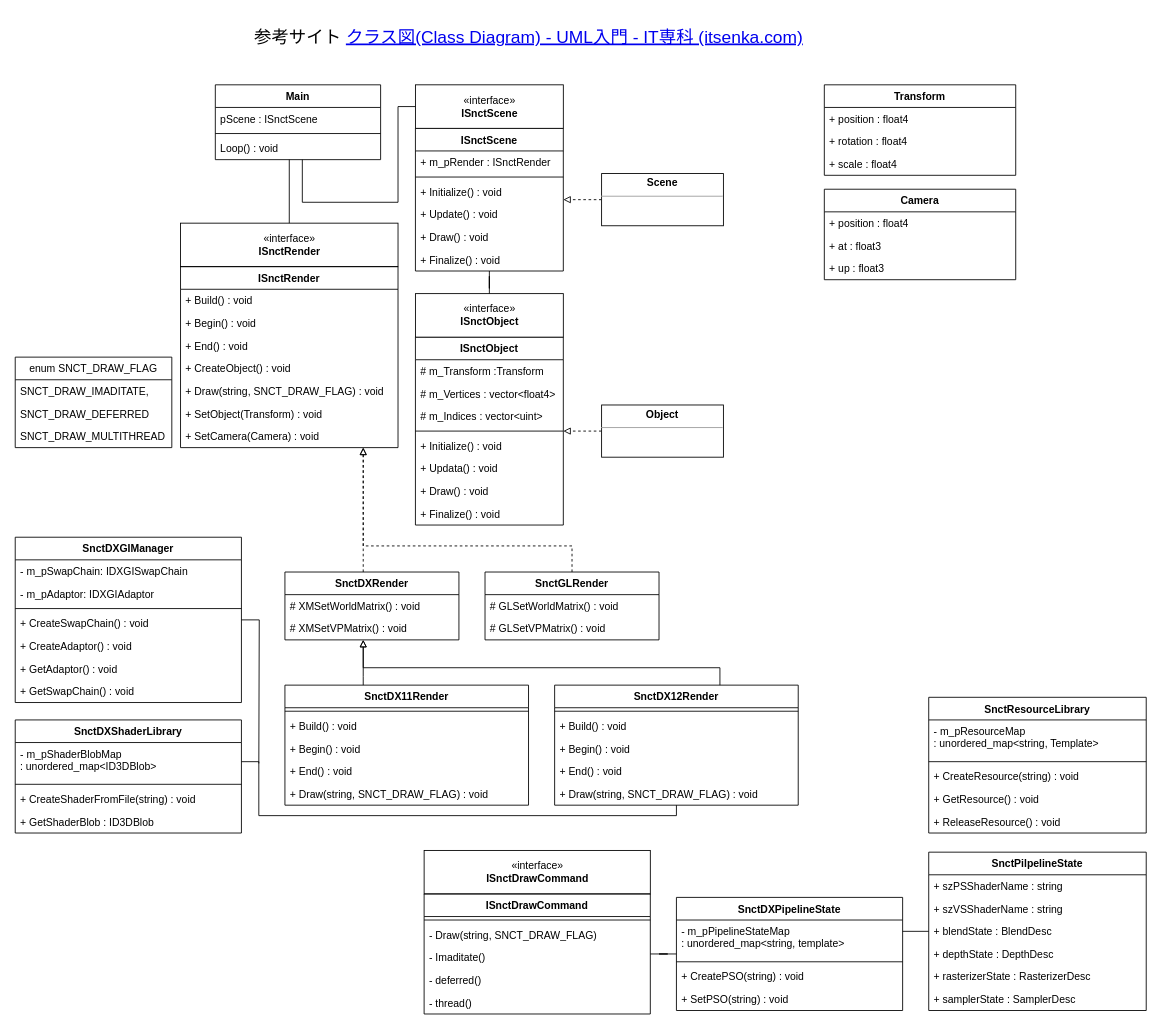
Gucci8312/AbtractionLayer keeps this draw.io diagram as Untitled Diagram.drawio. Above is the earlier version. Source tidied: cells renumbered, new cells numbered last; positions are measured from the earlier drawing's top-left corner, leaving out a move shared by most shapes. Both pictures are drawn from the tidied source at 87%, with x=0, y=0 at pixel (15, 23).
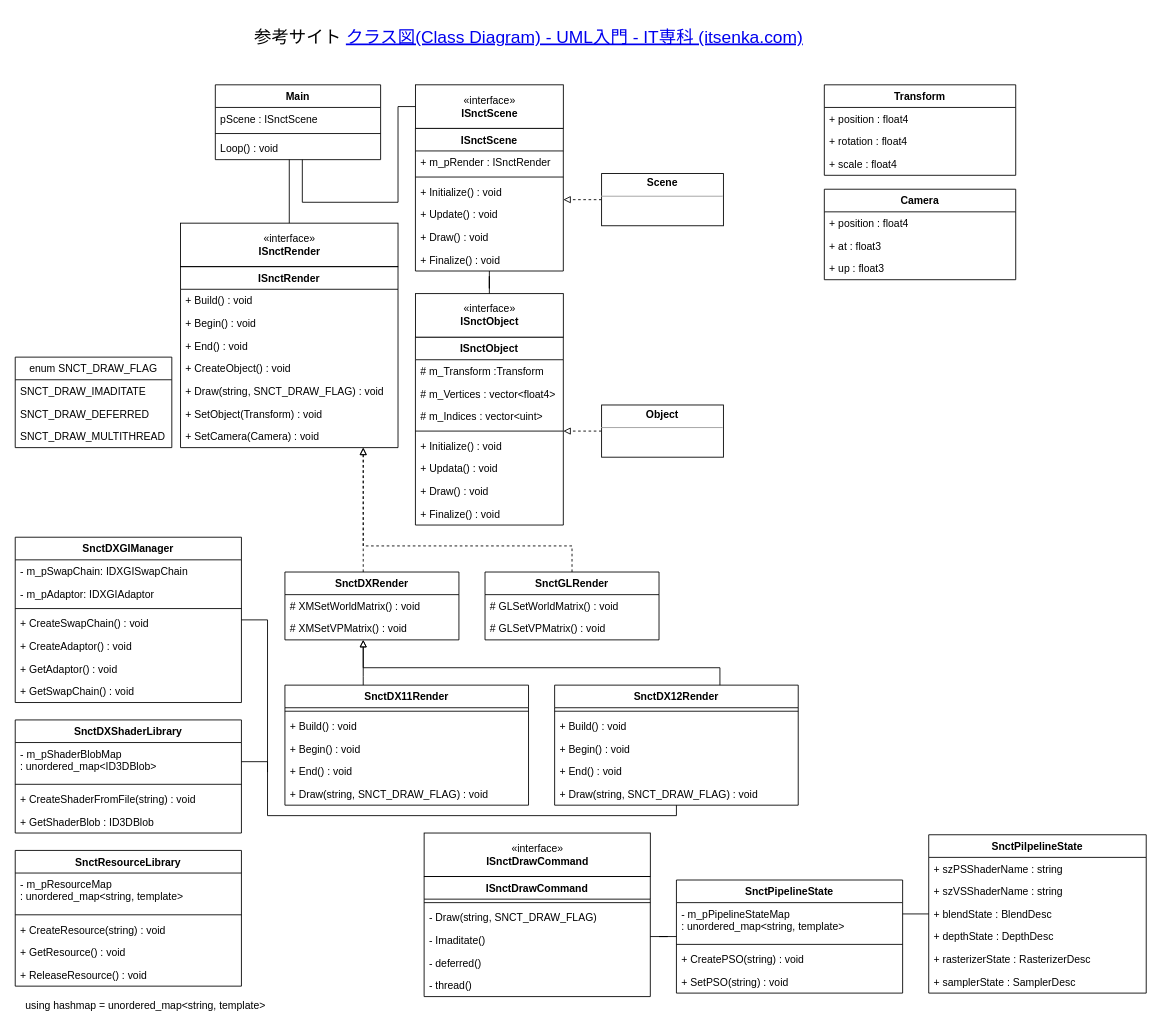
The same diagram, later.

The change refers to these unchanged cells:
```xml
<mxCell id="63" value="SnctDXGIManager" style="swimlane;fontStyle=1;align=center;verticalAlign=top;horizontal=1;startSize=26;fontSize=12;fillColor=none;" parent="1" vertex="1">
  <mxGeometry y="590" width="260" height="190" as="geometry" />
</mxCell>
<mxCell id="79" value="SnctDX12Render" style="swimlane;fontStyle=1;align=center;verticalAlign=top;horizontal=1;startSize=26;fontSize=12;fillColor=none;" parent="1" vertex="1">
  <mxGeometry x="620" y="760" width="280" height="138" as="geometry" />
</mxCell>
<mxCell id="91" value="- m_pShaderBlobMap&#10;: unordered_map&lt;ID3DBlob&gt;" style="text;strokeColor=none;fillColor=none;align=left;verticalAlign=top;spacingLeft=4;spacingRight=4;overflow=hidden;points=[[0,0.5],[1,0.5]];portConstraint=eastwest;fontSize=12;" parent="90" vertex="1">
  <mxGeometry y="26" width="260" height="44" as="geometry" />
</mxCell>
<mxCell id="107" value="enum SNCT_DRAW_FLAG" style="swimlane;fontStyle=0;horizontal=1;startSize=26;fillColor=none;fontSize=12;" parent="1" vertex="1">
  <mxGeometry y="383" width="180" height="104" as="geometry" />
</mxCell>
```

Diff of the diagram source:
```diff
@@
     <mxCell id="47" value="SnctPilpelineState" style="swimlane;fontStyle=1;align=center;verticalAlign=top;horizontal=1;startSize=26;fontSize=12;fillColor=none;" parent="1" vertex="1">
-      <mxGeometry x="1050" y="952" width="250" height="182" as="geometry" />
+      <mxGeometry x="1050" y="932" width="250" height="182" as="geometry" />
     </mxCell>
@@
     <mxCell id="62" style="edgeStyle=orthogonalEdgeStyle;rounded=0;jettySize=auto;html=1;fontSize=12;endArrow=none;endFill=0;" parent="1" edge="1" source="63">
       <mxGeometry relative="1" as="geometry">
-        <mxPoint x="280" y="850" as="targetPoint" />
+        <mxPoint x="290" y="860" as="targetPoint" />
+        <Array as="points">
+          <mxPoint x="290" y="685" />
+          <mxPoint x="290" y="850" />
+        </Array>
       </mxGeometry>
     </mxCell>
@@
     <mxCell id="95" value="SnctResourceLibrary" style="swimlane;fontStyle=1;align=center;verticalAlign=top;horizontal=1;startSize=26;fontSize=12;fillColor=none;" parent="1" vertex="1">
-      <mxGeometry x="1050" y="774" width="250" height="156" as="geometry" />
+      <mxGeometry y="950" width="260" height="156" as="geometry" />
     </mxCell>
-    <mxCell id="96" value="- m_pResourceMap&#10;: unordered_map&lt;string, Template&gt;" style="text;strokeColor=none;fillColor=none;align=left;verticalAlign=top;spacingLeft=4;spacingRight=4;overflow=hidden;fontSize=12;" parent="95" vertex="1">
-      <mxGeometry y="26" width="250" height="44" as="geometry" />
+    <mxCell id="96" value="- m_pResourceMap&#10;: unordered_map&lt;string, template&gt;" style="text;strokeColor=none;fillColor=none;align=left;verticalAlign=top;spacingLeft=4;spacingRight=4;overflow=hidden;fontSize=12;" parent="95" vertex="1">
+      <mxGeometry y="26" width="260" height="44" as="geometry" />
     </mxCell>
     <mxCell id="97" style="line;strokeWidth=1;fillColor=none;align=left;verticalAlign=middle;spacingTop=-1;spacingLeft=3;spacingRight=3;labelPosition=right;fontSize=12;" parent="95" vertex="1">
-      <mxGeometry y="70" width="250" height="8" as="geometry" />
+      <mxGeometry y="70" width="260" height="8" as="geometry" />
     </mxCell>
     <mxCell id="98" value="+ CreateResource(string) : void" style="text;strokeColor=none;fillColor=none;align=left;verticalAlign=top;spacingLeft=4;spacingRight=4;overflow=hidden;fontSize=12;" parent="95" vertex="1">
-      <mxGeometry y="78" width="250" height="26" as="geometry" />
+      <mxGeometry y="78" width="260" height="26" as="geometry" />
     </mxCell>
     <mxCell id="99" value="+ GetResource() : void" style="text;strokeColor=none;fillColor=none;align=left;verticalAlign=top;spacingLeft=4;spacingRight=4;overflow=hidden;fontSize=12;" parent="95" vertex="1">
-      <mxGeometry y="104" width="250" height="26" as="geometry" />
+      <mxGeometry y="104" width="260" height="26" as="geometry" />
     </mxCell>
     <mxCell id="100" value="+ ReleaseResource() : void" style="text;strokeColor=none;fillColor=none;align=left;verticalAlign=top;spacingLeft=4;spacingRight=4;overflow=hidden;fontSize=12;" parent="95" vertex="1">
-      <mxGeometry y="130" width="250" height="26" as="geometry" />
+      <mxGeometry y="130" width="260" height="26" as="geometry" />
     </mxCell>
@@
-    <mxCell id="102" value="SnctDXPipelineState" style="swimlane;fontStyle=1;align=center;verticalAlign=top;horizontal=1;startSize=26;fontSize=12;fillColor=none;" parent="1" vertex="1">
-      <mxGeometry x="760" y="1004" width="260" height="130" as="geometry" />
+    <mxCell id="102" value="SnctPipelineState" style="swimlane;fontStyle=1;align=center;verticalAlign=top;horizontal=1;startSize=26;fontSize=12;fillColor=none;" parent="1" vertex="1">
+      <mxGeometry x="760" y="984" width="260" height="130" as="geometry" />
     </mxCell>
@@
-    <mxCell id="108" value="SNCT_DRAW_IMADITATE," style="text;strokeColor=none;fillColor=none;align=left;verticalAlign=top;spacingLeft=4;spacingRight=4;overflow=hidden;fontSize=12;" parent="107" vertex="1">
+    <mxCell id="108" value="SNCT_DRAW_IMADITATE" style="text;strokeColor=none;fillColor=none;align=left;verticalAlign=top;spacingLeft=4;spacingRight=4;overflow=hidden;fontSize=12;" parent="107" vertex="1">
       <mxGeometry y="26" width="180" height="26" as="geometry" />
     </mxCell>
@@
     <mxCell id="111" style="edgeStyle=orthogonalEdgeStyle;rounded=0;jettySize=auto;html=1;fontSize=12;endArrow=none;endFill=0;" parent="1" edge="1" source="91" target="79">
       <mxGeometry relative="1" as="geometry">
         <Array as="points">
-          <mxPoint x="280" y="848" />
-          <mxPoint x="280" y="910" />
+          <mxPoint x="290" y="848" />
+          <mxPoint x="290" y="910" />
           <mxPoint x="760" y="910" />
         </Array>
       </mxGeometry>
     </mxCell>
@@
     <mxCell id="113" style="group;" parent="1" vertex="1">
-      <mxGeometry x="470" y="950" width="260" height="136" as="geometry" />
+      <mxGeometry x="470" y="930" width="260" height="136" as="geometry" />
     </mxCell>
@@
+    <mxCell id="121" value="using hashmap = unordered_map&amp;lt;string, template&amp;gt;" style="text;html=1;strokeColor=none;fillColor=none;align=center;verticalAlign=middle;whiteSpace=wrap;rounded=0;fontSize=12;" parent="1" vertex="1">
+      <mxGeometry y="1114" width="300" height="30" as="geometry" />
+    </mxCell>
```
